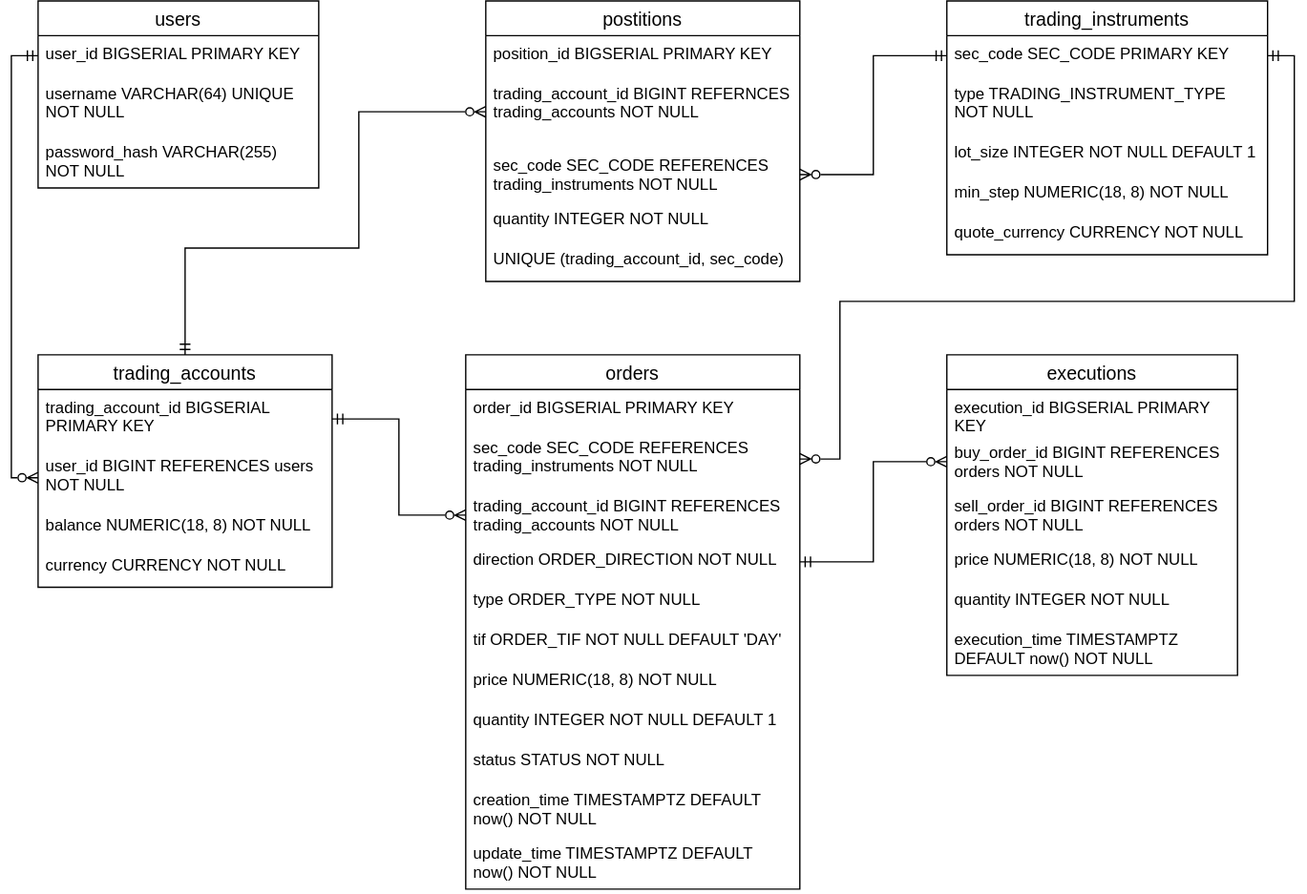
The draw.io diagram doc/physical-model.svg in vodobryshkin/mini-exchange, before a commit. Source tidied: cells renumbered, new cells last; positions are measured from the earlier drawing's top-left corner, leaving out a move shared by most shapes.
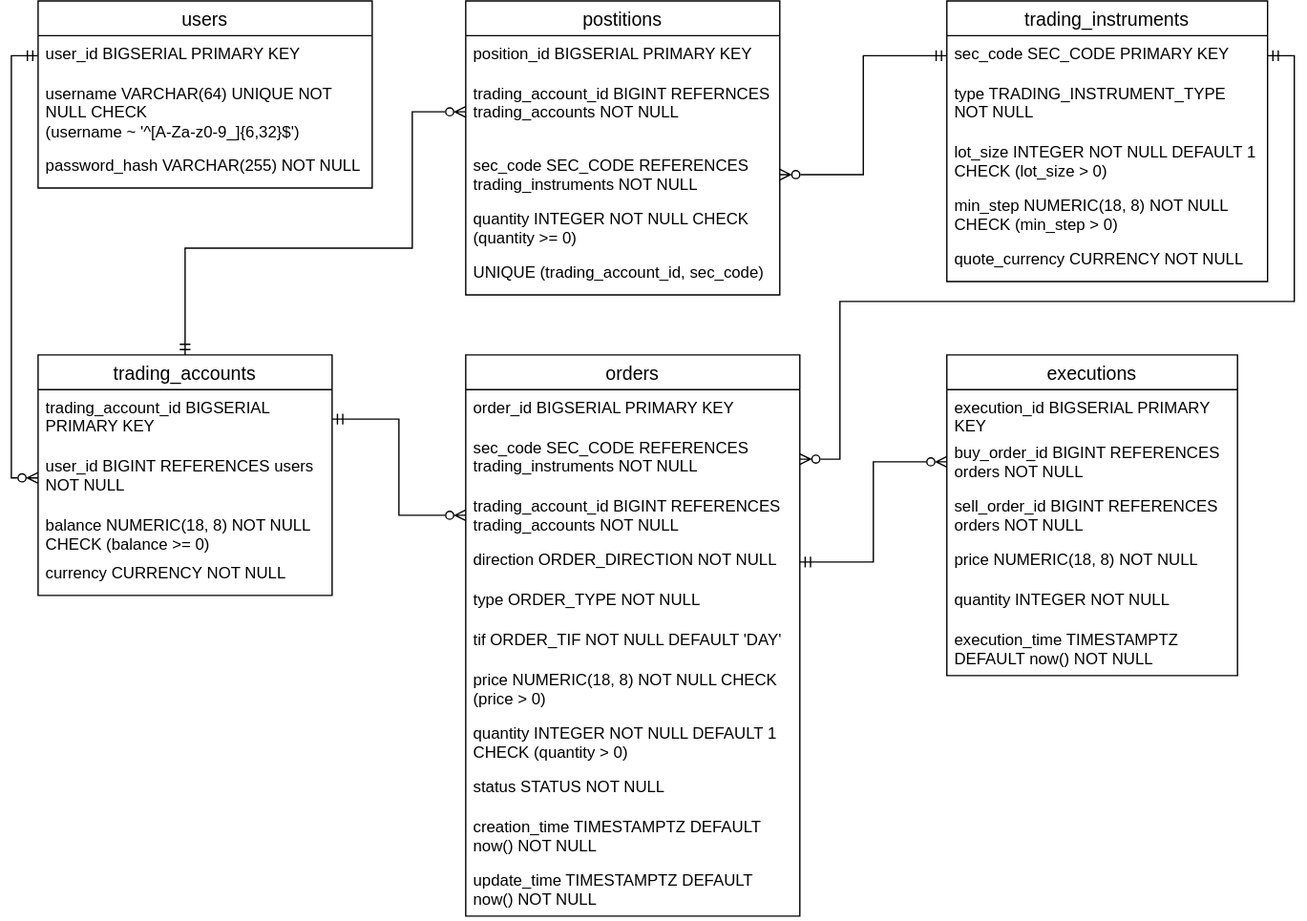
Later version of the same file.

Commit message:
Обновил ограничения на атрибуты таблиц в БД

The edit, as a diff of the source:
```diff
@@ -3,19 +3,19 @@
     <mxCell id="0" />
     <mxCell id="1" parent="0" />
     <mxCell id="2" value="users" style="swimlane;fontStyle=0;horizontal=1;startSize=26;align=center;fontSize=14;" parent="1" vertex="1">
-      <mxGeometry width="210" height="140" as="geometry" />
+      <mxGeometry width="250" height="140" as="geometry" />
     </mxCell>
     <mxCell id="3" value="user_id BIGSERIAL PRIMARY KEY" style="text;strokeColor=none;fillColor=none;spacingLeft=4;spacingRight=4;overflow=hidden;points=[[0,0.5],[1,0.5]];portConstraint=eastwest;fontSize=12;whiteSpace=wrap;html=1;" parent="2" vertex="1">
-      <mxGeometry y="26" width="210" height="30" as="geometry" />
+      <mxGeometry y="26" width="250" height="30" as="geometry" />
     </mxCell>
-    <mxCell id="4" value="username VARCHAR(64) UNIQUE NOT NULL" style="text;strokeColor=none;fillColor=none;spacingLeft=4;spacingRight=4;overflow=hidden;fontSize=12;whiteSpace=wrap;html=1;" parent="2" vertex="1">
-      <mxGeometry y="56" width="210" height="44" as="geometry" />
+    <mxCell id="4" value="username VARCHAR(64) UNIQUE NOT NULL&amp;nbsp;CHECK &lt;br&gt;(username ~ '^[A-Za-z0-9_]{6,32}$')" style="text;strokeColor=none;fillColor=none;spacingLeft=4;spacingRight=4;overflow=hidden;fontSize=12;whiteSpace=wrap;html=1;" parent="2" vertex="1">
+      <mxGeometry y="56" width="250" height="54" as="geometry" />
     </mxCell>
     <mxCell id="5" value="password_hash VARCHAR(255) NOT NULL" style="text;strokeColor=none;fillColor=none;spacingLeft=4;spacingRight=4;overflow=hidden;fontSize=12;whiteSpace=wrap;html=1;" parent="2" vertex="1">
-      <mxGeometry y="100" width="210" height="40" as="geometry" />
+      <mxGeometry y="110" width="250" height="30" as="geometry" />
     </mxCell>
     <mxCell id="6" value="trading_instruments" style="swimlane;fontStyle=0;horizontal=1;startSize=26;align=center;fontSize=14;" parent="1" vertex="1">
-      <mxGeometry x="680" width="240" height="190" as="geometry" />
+      <mxGeometry x="680" width="240" height="210" as="geometry" />
     </mxCell>
     <mxCell id="7" value="sec_code SEC_CODE PRIMARY KEY" style="text;strokeColor=none;fillColor=none;spacingLeft=4;spacingRight=4;overflow=hidden;points=[[0,0.5],[1,0.5]];portConstraint=eastwest;fontSize=12;whiteSpace=wrap;html=1;" parent="6" vertex="1">
       <mxGeometry y="26" width="240" height="30" as="geometry" />
@@ -23,17 +23,17 @@
     <mxCell id="8" value="type TRADING_INSTRUMENT_TYPE NOT NULL" style="text;strokeColor=none;fillColor=none;spacingLeft=4;spacingRight=4;overflow=hidden;fontSize=12;whiteSpace=wrap;html=1;" parent="6" vertex="1">
       <mxGeometry y="56" width="240" height="44" as="geometry" />
     </mxCell>
-    <mxCell id="9" value="lot_size INTEGER NOT NULL DEFAULT 1" style="text;strokeColor=none;fillColor=none;spacingLeft=4;spacingRight=4;overflow=hidden;fontSize=12;whiteSpace=wrap;html=1;" parent="6" vertex="1">
-      <mxGeometry y="100" width="240" height="30" as="geometry" />
+    <mxCell id="9" value="lot_size INTEGER NOT NULL DEFAULT 1 CHECK (lot_size &amp;gt; 0)" style="text;strokeColor=none;fillColor=none;spacingLeft=4;spacingRight=4;overflow=hidden;fontSize=12;whiteSpace=wrap;html=1;" parent="6" vertex="1">
+      <mxGeometry y="100" width="240" height="40" as="geometry" />
     </mxCell>
-    <mxCell id="10" value="min_step NUMERIC(18, 8) NOT NULL" style="text;strokeColor=none;fillColor=none;spacingLeft=4;spacingRight=4;overflow=hidden;fontSize=12;whiteSpace=wrap;html=1;" parent="6" vertex="1">
-      <mxGeometry y="130" width="240" height="30" as="geometry" />
+    <mxCell id="10" value="min_step NUMERIC(18, 8) NOT NULL CHECK (min_step &amp;gt; 0)" style="text;strokeColor=none;fillColor=none;spacingLeft=4;spacingRight=4;overflow=hidden;fontSize=12;whiteSpace=wrap;html=1;" parent="6" vertex="1">
+      <mxGeometry y="140" width="240" height="40" as="geometry" />
     </mxCell>
     <mxCell id="11" value="quote_currency CURRENCY NOT NULL" style="text;strokeColor=none;fillColor=none;spacingLeft=4;spacingRight=4;overflow=hidden;fontSize=12;whiteSpace=wrap;html=1;" parent="6" vertex="1">
-      <mxGeometry y="160" width="240" height="30" as="geometry" />
+      <mxGeometry y="180" width="240" height="30" as="geometry" />
     </mxCell>
     <mxCell id="12" value="trading_accounts" style="swimlane;fontStyle=0;horizontal=1;startSize=26;align=center;fontSize=14;" parent="1" vertex="1">
-      <mxGeometry y="265" width="220" height="174" as="geometry" />
+      <mxGeometry y="265" width="220" height="180" as="geometry" />
     </mxCell>
     <mxCell id="13" value="trading_account_id BIGSERIAL PRIMARY KEY" style="text;strokeColor=none;fillColor=none;spacingLeft=4;spacingRight=4;overflow=hidden;points=[[0,0.5],[1,0.5]];portConstraint=eastwest;fontSize=12;whiteSpace=wrap;html=1;" parent="12" vertex="1">
       <mxGeometry y="26" width="220" height="44" as="geometry" />
@@ -41,14 +41,14 @@
     <mxCell id="14" value="user_id BIGINT REFERENCES users NOT NULL" style="text;strokeColor=none;fillColor=none;spacingLeft=4;spacingRight=4;overflow=hidden;points=[[0,0.5],[1,0.5]];portConstraint=eastwest;fontSize=12;whiteSpace=wrap;html=1;" parent="12" vertex="1">
       <mxGeometry y="70" width="220" height="44" as="geometry" />
     </mxCell>
-    <mxCell id="15" value="balance NUMERIC(18, 8) NOT NULL" style="text;strokeColor=none;fillColor=none;spacingLeft=4;spacingRight=4;overflow=hidden;fontSize=12;whiteSpace=wrap;html=1;" parent="12" vertex="1">
-      <mxGeometry y="114" width="220" height="30" as="geometry" />
+    <mxCell id="15" value="balance NUMERIC(18, 8) NOT NULL CHECK (balance &amp;gt;= 0)" style="text;strokeColor=none;fillColor=none;spacingLeft=4;spacingRight=4;overflow=hidden;fontSize=12;whiteSpace=wrap;html=1;" parent="12" vertex="1">
+      <mxGeometry y="114" width="220" height="36" as="geometry" />
     </mxCell>
     <mxCell id="16" value="currency CURRENCY&amp;nbsp;NOT NULL" style="text;strokeColor=none;fillColor=none;spacingLeft=4;spacingRight=4;overflow=hidden;fontSize=12;whiteSpace=wrap;html=1;" parent="12" vertex="1">
-      <mxGeometry y="144" width="220" height="30" as="geometry" />
+      <mxGeometry y="150" width="220" height="30" as="geometry" />
     </mxCell>
     <mxCell id="17" value="orders" style="swimlane;fontStyle=0;horizontal=1;startSize=26;align=center;fontSize=14;" parent="1" vertex="1">
-      <mxGeometry x="320" y="265" width="250" height="400" as="geometry" />
+      <mxGeometry x="320" y="265" width="250" height="420" as="geometry" />
     </mxCell>
     <mxCell id="18" value="order_id BIGSERIAL PRIMARY KEY" style="text;strokeColor=none;fillColor=none;spacingLeft=4;spacingRight=4;overflow=hidden;fontSize=12;whiteSpace=wrap;html=1;" parent="17" vertex="1">
       <mxGeometry y="26" width="250" height="30" as="geometry" />
@@ -68,20 +68,20 @@
     <mxCell id="23" value="tif ORDER_TIF NOT NULL DEFAULT 'DAY'" style="text;strokeColor=none;fillColor=none;spacingLeft=4;spacingRight=4;overflow=hidden;fontSize=12;whiteSpace=wrap;html=1;" parent="17" vertex="1">
       <mxGeometry y="200" width="250" height="30" as="geometry" />
     </mxCell>
-    <mxCell id="24" value="price NUMERIC(18, 8) NOT NULL" style="text;strokeColor=none;fillColor=none;spacingLeft=4;spacingRight=4;overflow=hidden;fontSize=12;whiteSpace=wrap;html=1;" parent="17" vertex="1">
-      <mxGeometry y="230" width="250" height="30" as="geometry" />
+    <mxCell id="24" value="price NUMERIC(18, 8) NOT NULL CHECK (price &amp;gt; 0)" style="text;strokeColor=none;fillColor=none;spacingLeft=4;spacingRight=4;overflow=hidden;fontSize=12;whiteSpace=wrap;html=1;" parent="17" vertex="1">
+      <mxGeometry y="230" width="250" height="40" as="geometry" />
     </mxCell>
-    <mxCell id="25" value="quantity INTEGER NOT NULL DEFAULT 1" style="text;strokeColor=none;fillColor=none;spacingLeft=4;spacingRight=4;overflow=hidden;fontSize=12;whiteSpace=wrap;html=1;" parent="17" vertex="1">
-      <mxGeometry y="260" width="250" height="30" as="geometry" />
+    <mxCell id="25" value="quantity INTEGER NOT NULL DEFAULT 1 CHECK (quantity &amp;gt; 0)" style="text;strokeColor=none;fillColor=none;spacingLeft=4;spacingRight=4;overflow=hidden;fontSize=12;whiteSpace=wrap;html=1;" parent="17" vertex="1">
+      <mxGeometry y="270" width="250" height="40" as="geometry" />
     </mxCell>
     <mxCell id="26" value="status STATUS NOT NULL" style="text;strokeColor=none;fillColor=none;spacingLeft=4;spacingRight=4;overflow=hidden;fontSize=12;whiteSpace=wrap;html=1;" parent="17" vertex="1">
-      <mxGeometry y="290" width="250" height="30" as="geometry" />
+      <mxGeometry y="310" width="250" height="30" as="geometry" />
     </mxCell>
     <mxCell id="27" value="creation_time TIMESTAMPTZ DEFAULT now() NOT NULL" style="text;strokeColor=none;fillColor=none;spacingLeft=4;spacingRight=4;overflow=hidden;fontSize=12;whiteSpace=wrap;html=1;" parent="17" vertex="1">
-      <mxGeometry y="320" width="250" height="40" as="geometry" />
+      <mxGeometry y="340" width="250" height="40" as="geometry" />
     </mxCell>
     <mxCell id="28" value="update_time TIMESTAMPTZ DEFAULT now() NOT NULL" style="text;strokeColor=none;fillColor=none;spacingLeft=4;spacingRight=4;overflow=hidden;fontSize=12;whiteSpace=wrap;html=1;" parent="17" vertex="1">
-      <mxGeometry y="360" width="250" height="40" as="geometry" />
+      <mxGeometry y="380" width="250" height="40" as="geometry" />
     </mxCell>
     <mxCell id="29" style="edgeStyle=orthogonalEdgeStyle;rounded=0;jettySize=auto;html=1;entryX=0;entryY=0.5;entryDx=0;entryDy=0;exitX=0;exitY=0.5;exitDx=0;exitDy=0;startArrow=ERmandOne;startFill=0;endArrow=ERzeroToMany;endFill=0;" parent="1" edge="1" source="3" target="14">
       <mxGeometry relative="1" as="geometry" />
@@ -124,7 +124,7 @@
       <mxGeometry relative="1" as="geometry" />
     </mxCell>
     <mxCell id="40" value="postitions" style="swimlane;fontStyle=0;horizontal=1;startSize=26;align=center;fontSize=14;" parent="1" vertex="1">
-      <mxGeometry x="335" width="235" height="210" as="geometry" />
+      <mxGeometry x="320" width="235" height="220" as="geometry" />
     </mxCell>
     <mxCell id="41" value="position_id BIGSERIAL PRIMARY KEY" style="text;strokeColor=none;fillColor=none;spacingLeft=4;spacingRight=4;overflow=hidden;fontSize=12;whiteSpace=wrap;html=1;" parent="40" vertex="1">
       <mxGeometry y="26" width="235" height="30" as="geometry" />
@@ -135,11 +135,11 @@
     <mxCell id="43" value="sec_code SEC_CODE REFERENCES trading_instruments NOT NULL" style="text;strokeColor=none;fillColor=none;spacingLeft=4;spacingRight=4;overflow=hidden;points=[[0,0.5],[1,0.5]];portConstraint=eastwest;fontSize=12;whiteSpace=wrap;html=1;" parent="40" vertex="1">
       <mxGeometry y="110" width="235" height="40" as="geometry" />
     </mxCell>
-    <mxCell id="44" value="quantity INTEGER NOT NULL" style="text;strokeColor=none;fillColor=none;spacingLeft=4;spacingRight=4;overflow=hidden;fontSize=12;whiteSpace=wrap;html=1;" parent="40" vertex="1">
-      <mxGeometry y="150" width="235" height="30" as="geometry" />
+    <mxCell id="44" value="quantity INTEGER NOT NULL CHECK (quantity &amp;gt;= 0)" style="text;strokeColor=none;fillColor=none;spacingLeft=4;spacingRight=4;overflow=hidden;fontSize=12;whiteSpace=wrap;html=1;" parent="40" vertex="1">
+      <mxGeometry y="150" width="235" height="40" as="geometry" />
     </mxCell>
     <mxCell id="45" value="UNIQUE (trading_account_id, sec_code)" style="text;strokeColor=none;fillColor=none;spacingLeft=4;spacingRight=4;overflow=hidden;fontSize=12;whiteSpace=wrap;html=1;" parent="40" vertex="1">
-      <mxGeometry y="180" width="235" height="30" as="geometry" />
+      <mxGeometry y="190" width="235" height="30" as="geometry" />
     </mxCell>
     <mxCell id="46" style="edgeStyle=orthogonalEdgeStyle;rounded=0;jettySize=auto;html=1;entryX=0;entryY=0.5;entryDx=0;entryDy=0;startArrow=ERzeroToMany;startFill=0;endArrow=ERmandOne;endFill=0;exitX=1;exitY=0.5;exitDx=0;exitDy=0;" parent="1" edge="1" source="43" target="7">
       <mxGeometry relative="1" as="geometry" />
@@ -147,8 +147,8 @@
     <mxCell id="47" style="edgeStyle=orthogonalEdgeStyle;rounded=0;jettySize=auto;html=1;entryX=0.5;entryY=0;entryDx=0;entryDy=0;startArrow=ERzeroToMany;startFill=0;endArrow=ERmandOne;endFill=0;" parent="1" edge="1" source="42" target="12">
       <mxGeometry relative="1" as="geometry">
         <Array as="points">
-          <mxPoint x="240" y="83" />
-          <mxPoint x="240" y="185" />
+          <mxPoint x="280" y="83" />
+          <mxPoint x="280" y="185" />
           <mxPoint x="110" y="185" />
         </Array>
       </mxGeometry>
```
